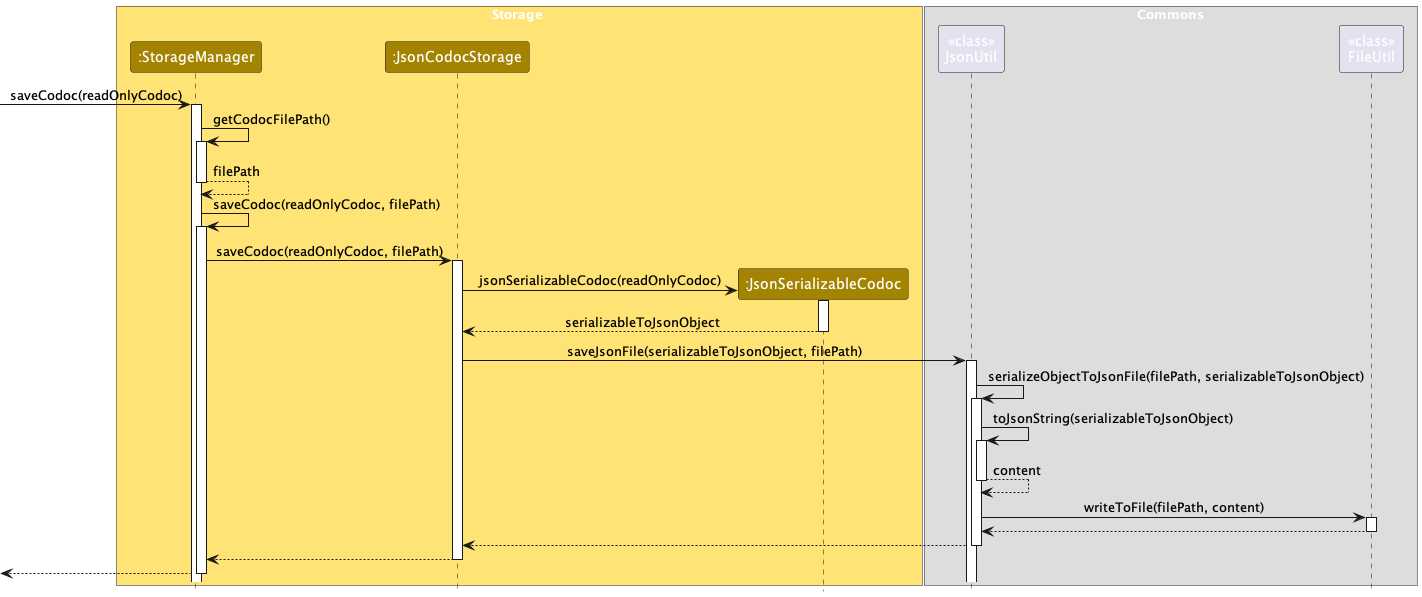
nus-cs2103-AY2223S2/tp keeps this PlantUML diagram as docs/images/SaveSequenceDiagram.png. Above is the earlier version.
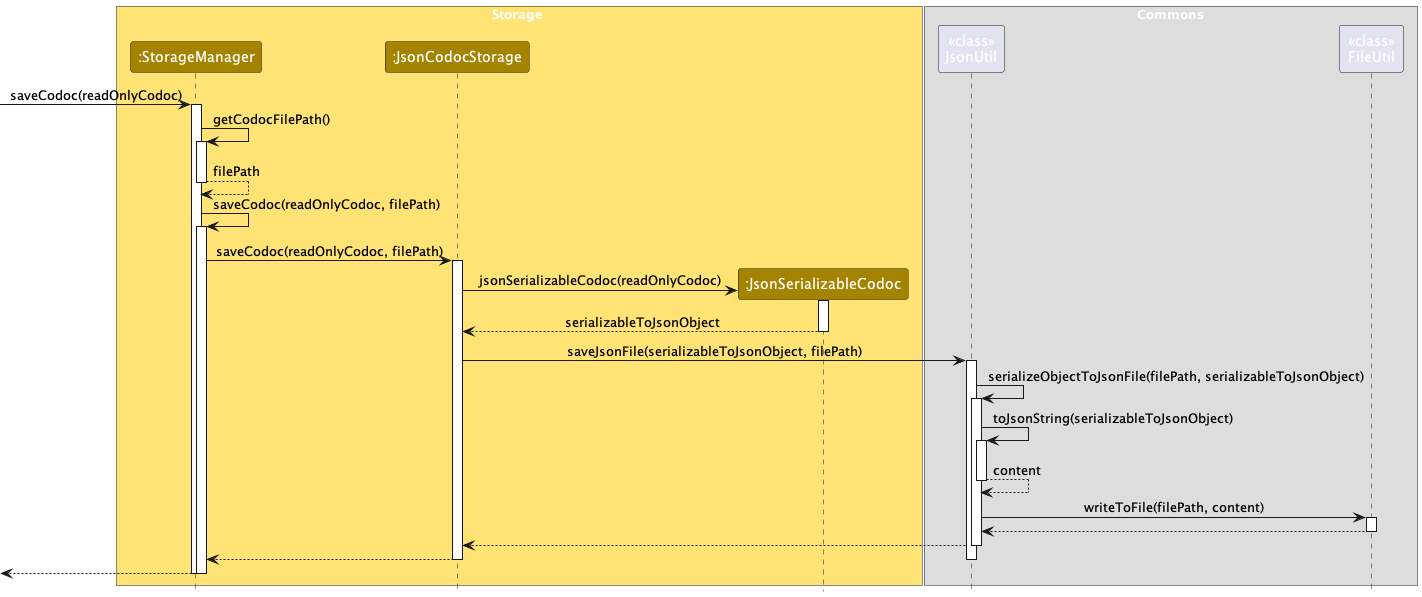
Above is the later version.

Commit message:
Update save seq diagram

Change to the diagram source:
```diff
@@ -42,14 +42,17 @@
 activate JsonUtil
 return content
 
+
 JsonUtil -> FileUtil : writeToFile(filePath, content)
 activate FileUtil
 return
 deactivate FileUtil
-
 return
 return
+deactivate JsonUtil
+return
 deactivate JsonCodocStorage
-return
+
+deactivate StorageManager
 
 @enduml
```
